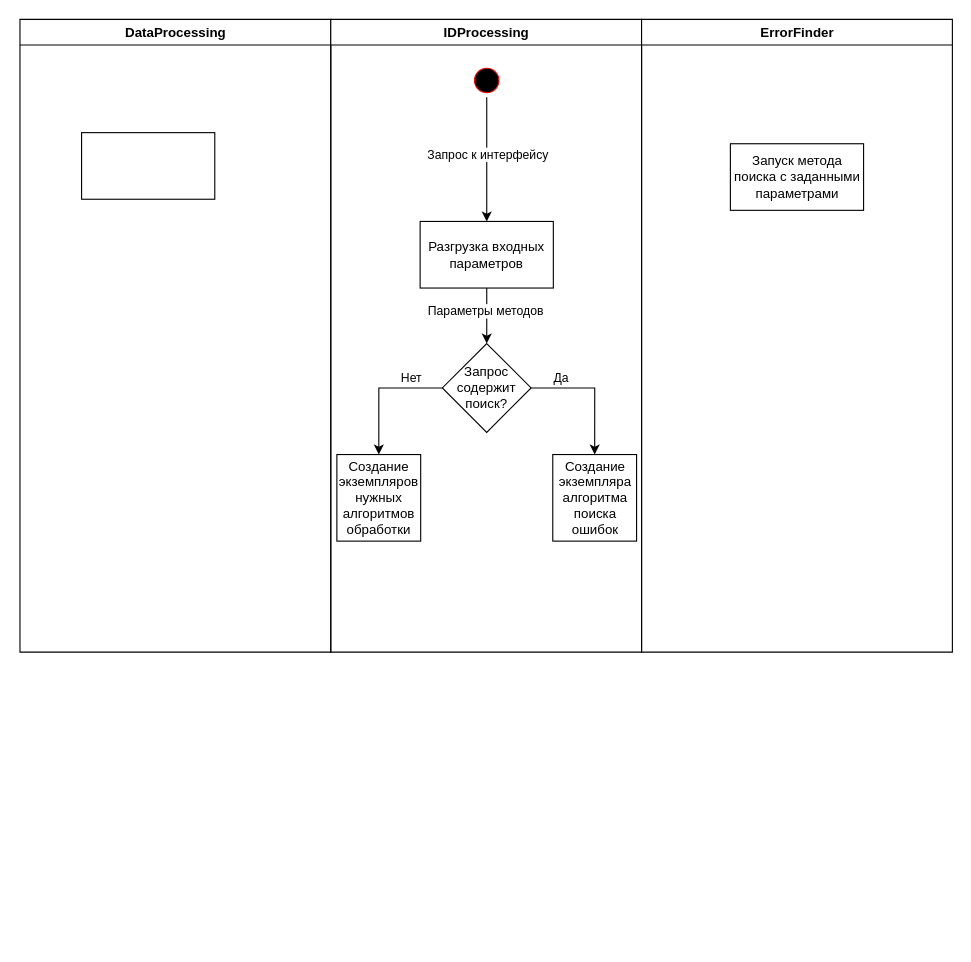
The draw.io diagram Analytics/Selection Script IM.drawio in Balots/DPro, before the edit. Source tidied: cells renumbered, new cells numbered last; positions are measured from the earlier drawing's top-left corner, leaving out a move shared by most shapes. Both pictures are drawn from the tidied source at 111%, with x=0, y=0 at pixel (19, 19).
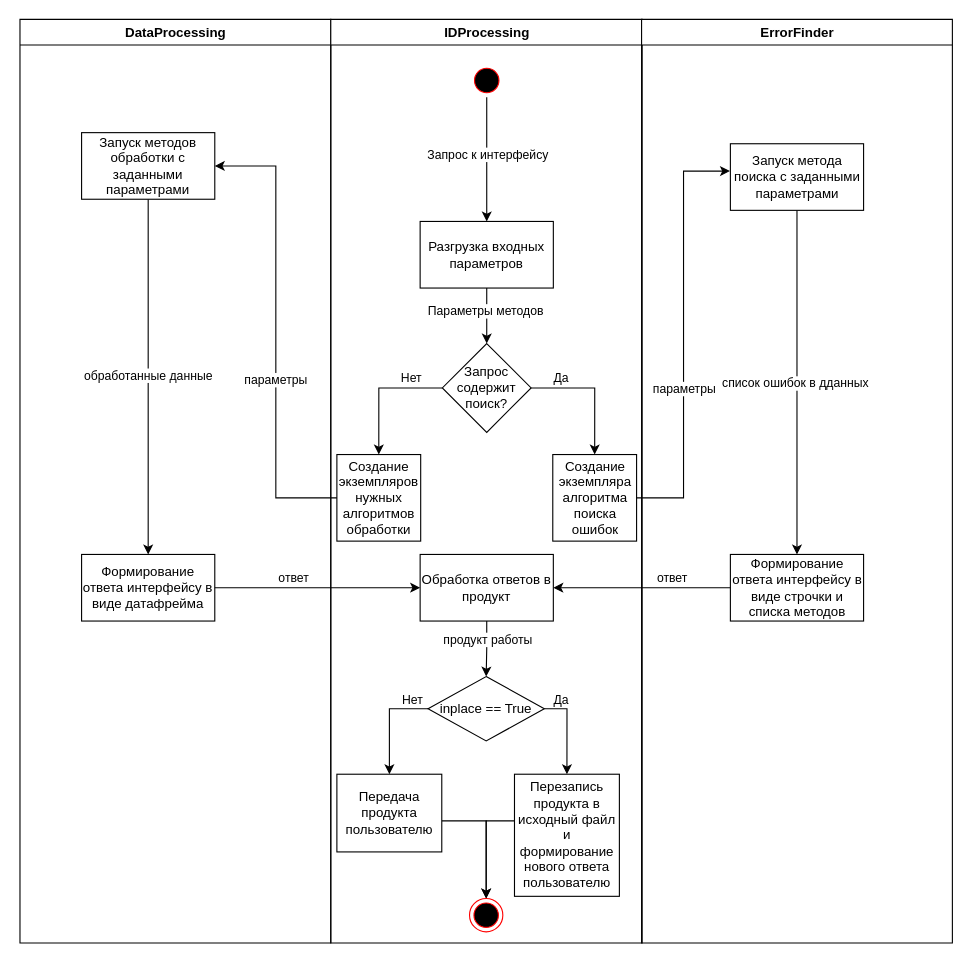
The same page after the edit.

Unchanged cells that the change refers to:
```xml
<mxCell id="16" value="Создание экземпляра алгоритма поиска ошибок" style="rounded=0;whiteSpace=wrap;html=1;" parent="4" vertex="1">
  <mxGeometry x="200" y="392" width="75.5" height="78" as="geometry" />
</mxCell>
<mxCell id="17" value="Создание экземпляров нужных алгоритмов обработки" style="rounded=0;whiteSpace=wrap;html=1;" parent="4" vertex="1">
  <mxGeometry x="5.5" y="392" width="75.5" height="78" as="geometry" />
</mxCell>
<mxCell id="19" value="Запуск метода поиска с заданными параметрами" style="rounded=0;whiteSpace=wrap;html=1;" parent="18" vertex="1">
  <mxGeometry x="80" y="112" width="120" height="60" as="geometry" />
</mxCell>
```

What changed in the source:
```diff
@@
     <mxCell id="2" value="DataProcessing" style="swimlane;whiteSpace=wrap;" parent="1" vertex="1">
-      <mxGeometry x="0.5" width="280" height="570" as="geometry" />
+      <mxGeometry x="0.5" width="280" height="832" as="geometry" />
     </mxCell>
+    <mxCell id="20" style="edgeStyle=orthogonalEdgeStyle;rounded=0;jettySize=auto;html=1;exitX=0.5;exitY=1;exitDx=0;exitDy=0;" parent="2" edge="1" source="3" target="22">
+      <mxGeometry relative="1" as="geometry" />
+    </mxCell>
+    <mxCell id="21" value="обработанные данные" style="edgeLabel;html=1;align=center;verticalAlign=middle;" parent="20" vertex="1">
+      <mxGeometry x="-0.01" y="-1" relative="1" as="geometry" />
+    </mxCell>
-    <mxCell id="3" style="rounded=0;whiteSpace=wrap;html=1;" parent="2" vertex="1">
+    <mxCell id="3" value="Запуск методов обработки с заданными параметрами" style="rounded=0;whiteSpace=wrap;html=1;" parent="2" vertex="1">
       <mxGeometry x="55.5" y="102" width="120" height="60" as="geometry" />
     </mxCell>
+    <mxCell id="22" value="Формирование ответа интерфейсу в виде датафрейма" style="rounded=0;whiteSpace=wrap;html=1;" parent="2" vertex="1">
+      <mxGeometry x="55.5" y="482" width="120" height="60" as="geometry" />
+    </mxCell>
     <mxCell id="4" value="IDProcessing" style="swimlane;whiteSpace=wrap;" parent="1" vertex="1">
-      <mxGeometry x="280.5" width="280" height="570" as="geometry" />
+      <mxGeometry x="280.5" width="280.5" height="832" as="geometry" />
     </mxCell>
@@
+    <mxCell id="23" style="edgeStyle=orthogonalEdgeStyle;rounded=0;jettySize=auto;html=1;" parent="4" edge="1" source="25" target="30">
+      <mxGeometry relative="1" as="geometry" />
+    </mxCell>
+    <mxCell id="24" value="продукт работы" style="edgeLabel;html=1;align=center;verticalAlign=middle;" parent="23" vertex="1">
+      <mxGeometry x="-0.36" relative="1" as="geometry" />
+    </mxCell>
+    <mxCell id="25" value="Обработка ответов в продукт" style="rounded=0;whiteSpace=wrap;html=1;" parent="4" vertex="1">
+      <mxGeometry x="80.5" y="482" width="120" height="60" as="geometry" />
+    </mxCell>
+    <mxCell id="26" style="edgeStyle=orthogonalEdgeStyle;rounded=0;jettySize=auto;html=1;exitX=0;exitY=0.5;exitDx=0;exitDy=0;" parent="4" edge="1" source="30" target="32">
+      <mxGeometry relative="1" as="geometry" />
+    </mxCell>
+    <mxCell id="27" value="Нет" style="edgeLabel;html=1;align=center;verticalAlign=middle;" parent="26" vertex="1">
+      <mxGeometry x="-0.68" relative="1" as="geometry">
+        <mxPoint y="-9" as="offset" />
+      </mxGeometry>
+    </mxCell>
+    <mxCell id="28" style="edgeStyle=orthogonalEdgeStyle;rounded=0;jettySize=auto;html=1;exitX=1;exitY=0.5;exitDx=0;exitDy=0;entryX=0.5;entryY=0;entryDx=0;entryDy=0;" parent="4" edge="1" source="30" target="34">
+      <mxGeometry relative="1" as="geometry" />
+    </mxCell>
+    <mxCell id="29" value="Да" style="edgeLabel;html=1;align=center;verticalAlign=middle;" parent="28" vertex="1">
+      <mxGeometry x="-0.63" y="1" relative="1" as="geometry">
+        <mxPoint y="-8" as="offset" />
+      </mxGeometry>
+    </mxCell>
+    <mxCell id="30" value="inplace == True" style="rhombus;whiteSpace=wrap;html=1;" parent="4" vertex="1">
+      <mxGeometry x="87.6" y="592" width="104.8" height="58" as="geometry" />
+    </mxCell>
+    <mxCell id="31" style="edgeStyle=orthogonalEdgeStyle;rounded=0;jettySize=auto;html=1;entryX=0.5;entryY=0;entryDx=0;entryDy=0;" parent="4" edge="1" source="32" target="35">
+      <mxGeometry relative="1" as="geometry">
+        <Array as="points">
+          <mxPoint x="140" y="722" />
+        </Array>
+      </mxGeometry>
+    </mxCell>
+    <mxCell id="32" value="Передача продукта пользователю" style="rounded=0;whiteSpace=wrap;html=1;" parent="4" vertex="1">
+      <mxGeometry x="5.5" y="680" width="94.5" height="70" as="geometry" />
+    </mxCell>
+    <mxCell id="33" style="edgeStyle=orthogonalEdgeStyle;rounded=0;jettySize=auto;html=1;" parent="4" edge="1" source="34" target="35">
+      <mxGeometry relative="1" as="geometry">
+        <Array as="points">
+          <mxPoint x="140" y="722" />
+        </Array>
+      </mxGeometry>
+    </mxCell>
+    <mxCell id="34" value="Перезапись продукта в исходный файл и формирование нового ответа пользователю" style="rounded=0;whiteSpace=wrap;html=1;" parent="4" vertex="1">
+      <mxGeometry x="165.5" y="680" width="94.5" height="110" as="geometry" />
+    </mxCell>
+    <mxCell id="35" style="ellipse;html=1;shape=endState;fillColor=#000000;strokeColor=#ff0000;" parent="4" vertex="1">
+      <mxGeometry x="125" y="792" width="30" height="30" as="geometry" />
+    </mxCell>
     <mxCell id="18" value="ErrorFinder" style="swimlane;whiteSpace=wrap;" parent="1" vertex="1">
-      <mxGeometry x="560.5" width="280" height="570" as="geometry" />
+      <mxGeometry x="560.5" width="280" height="832" as="geometry" />
     </mxCell>
+    <mxCell id="36" style="edgeStyle=orthogonalEdgeStyle;rounded=0;jettySize=auto;html=1;" parent="18" edge="1" source="19" target="38">
+      <mxGeometry relative="1" as="geometry" />
+    </mxCell>
+    <mxCell id="37" value="список ошибок в дданных" style="edgeLabel;html=1;align=center;verticalAlign=middle;" parent="36" vertex="1">
+      <mxGeometry y="-2" relative="1" as="geometry" />
+    </mxCell>
@@
+    <mxCell id="38" value="Формирование ответа интерфейсу в виде строчки и списка методов" style="rounded=0;whiteSpace=wrap;html=1;" parent="18" vertex="1">
+      <mxGeometry x="80" y="482" width="120" height="60" as="geometry" />
+    </mxCell>
+    <mxCell id="39" style="edgeStyle=orthogonalEdgeStyle;rounded=0;jettySize=auto;html=1;exitX=0;exitY=0.5;exitDx=0;exitDy=0;entryX=1;entryY=0.5;entryDx=0;entryDy=0;" parent="1" edge="1" source="17" target="3">
+      <mxGeometry relative="1" as="geometry" />
+    </mxCell>
+    <mxCell id="40" value="параметры" style="edgeLabel;html=1;align=center;verticalAlign=middle;" parent="39" vertex="1">
+      <mxGeometry x="-0.21" y="1" relative="1" as="geometry" />
+    </mxCell>
+    <mxCell id="41" style="edgeStyle=orthogonalEdgeStyle;rounded=0;jettySize=auto;html=1;exitX=1;exitY=0.5;exitDx=0;exitDy=0;entryX=-0.003;entryY=0.411;entryDx=0;entryDy=0;entryPerimeter=0;" parent="1" edge="1" source="16" target="19">
+      <mxGeometry relative="1" as="geometry" />
+    </mxCell>
+    <mxCell id="42" value="параметры" style="edgeLabel;html=1;align=center;verticalAlign=middle;" parent="41" vertex="1">
+      <mxGeometry x="-0.07" relative="1" as="geometry">
+        <mxPoint y="35" as="offset" />
+      </mxGeometry>
+    </mxCell>
+    <mxCell id="43" style="edgeStyle=orthogonalEdgeStyle;rounded=0;jettySize=auto;html=1;" parent="1" edge="1" source="22" target="25">
+      <mxGeometry relative="1" as="geometry" />
+    </mxCell>
+    <mxCell id="44" value="ответ" style="edgeLabel;html=1;align=center;verticalAlign=middle;" parent="43" vertex="1">
+      <mxGeometry x="-0.24" y="-1" relative="1" as="geometry">
+        <mxPoint y="-11" as="offset" />
+      </mxGeometry>
+    </mxCell>
+    <mxCell id="45" style="edgeStyle=orthogonalEdgeStyle;rounded=0;jettySize=auto;html=1;" parent="1" edge="1" source="38" target="25">
+      <mxGeometry relative="1" as="geometry" />
+    </mxCell>
+    <mxCell id="46" value="ответ" style="edgeLabel;html=1;align=center;verticalAlign=middle;" parent="45" vertex="1">
+      <mxGeometry x="-0.33" y="-2" relative="1" as="geometry">
+        <mxPoint y="-8" as="offset" />
+      </mxGeometry>
+    </mxCell>
```
